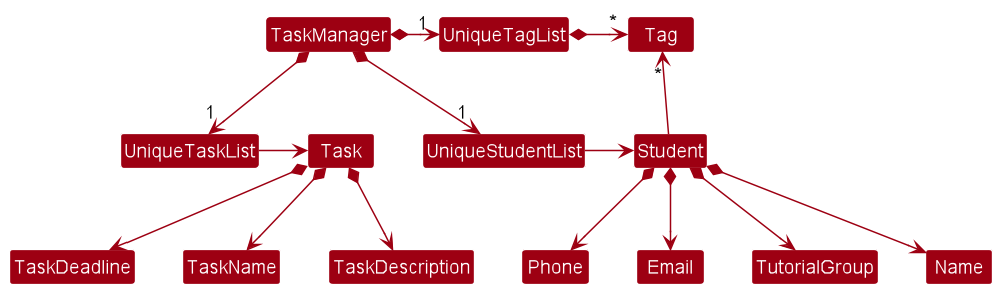
Before: docs/images/BetterModelClassDiagram.png, a diagram exported from PlantUML (AY2223S1-CS2103T-T13-1/tp).
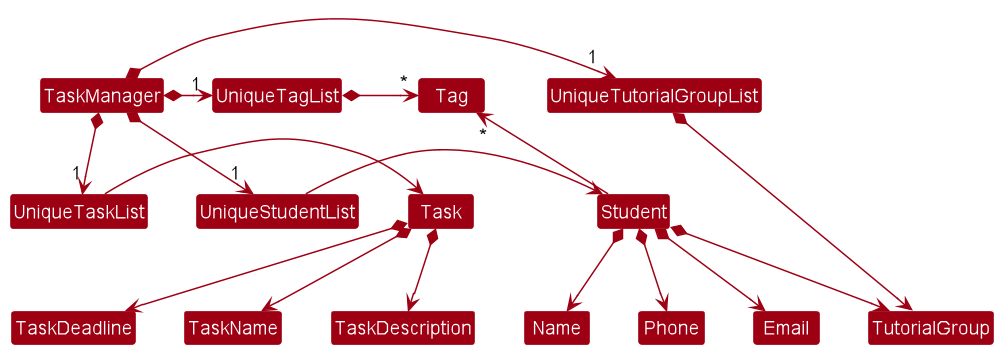
Later version of the same file.

The edit, as a diff of the source:
```diff
@@ -5,6 +5,7 @@
 skinparam arrowColor MODEL_COLOR
 skinparam classBackgroundColor MODEL_COLOR
 
+TaskManager *-right-> "1" UniqueTutorialGroupList
 TaskManager *-right-> "1" UniqueStudentList
 TaskManager *-right-> "1" UniqueTagList
 TaskManager *-right-> "1" UniqueTaskList
@@ -23,6 +24,7 @@
 Student *--> Phone
 Student *--> Email
 Student *--> TutorialGroup
+UniqueTutorialGroupList *--> TutorialGroup
 
 Task *--> TaskName
 Task *--> TaskDescription
```
